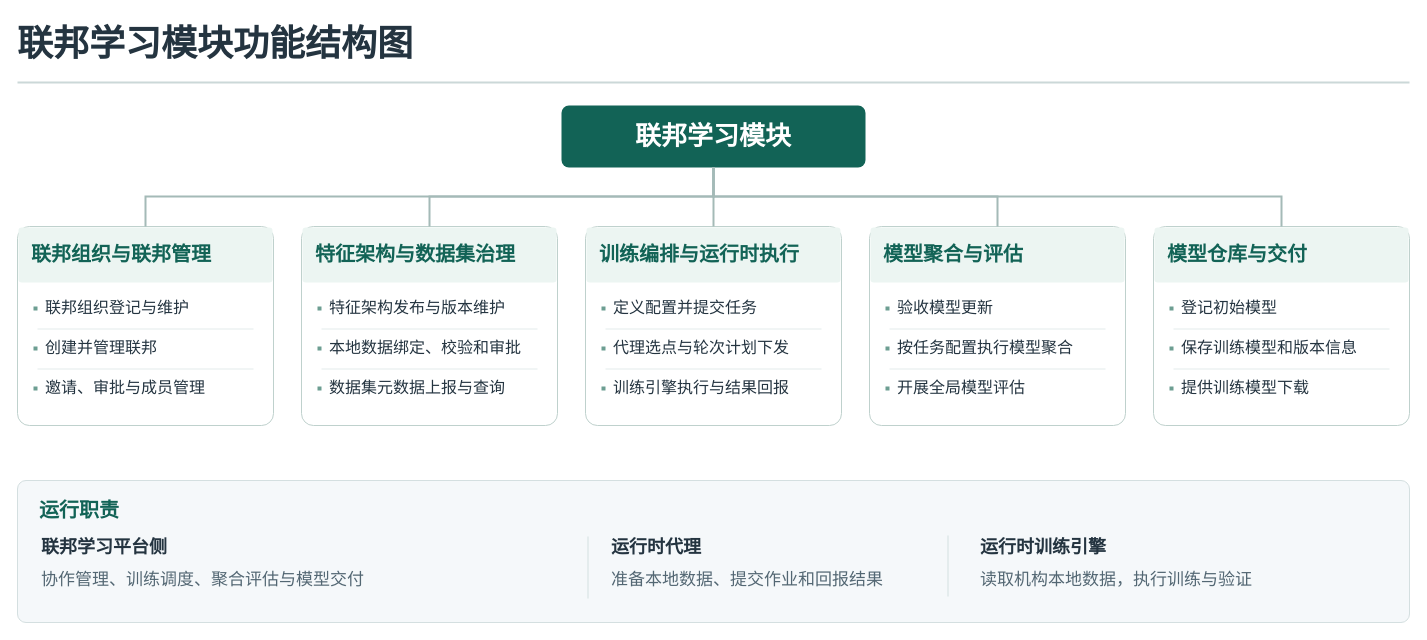
medol-labs/federation-learning keeps this draw.io diagram as docs/438c/merge/figures/federation-learning-functional-structure.drawio. Above is the earlier version. Source tidied: cells renumbered, new cells numbered last; positions are measured from the earlier drawing's top-left corner, leaving out a move shared by most shapes. Both pictures are drawn from the tidied source at 100%, with x=0, y=0 at pixel (17, 17).
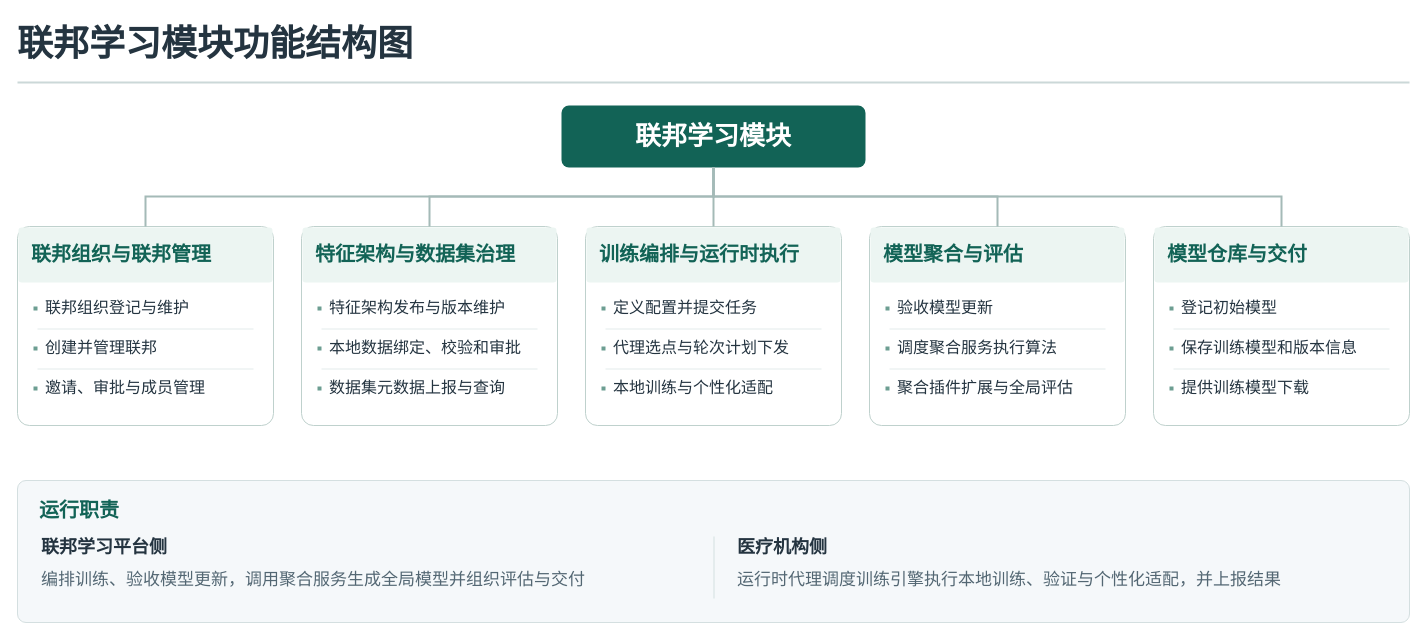
The same diagram, later.

Commit message (it also covers changes not shown here):
Update federated learning requirements and architecture diagrams

The change refers to these unchanged cells:
```xml
<mxCell id="29" style="fontFamily=PingFang SC;html=0;whiteSpace=wrap;rounded=1;arcSize=6;strokeColor=#BFD1CD;fillColor=#FFFFFF;" parent="1" vertex="1">
  <mxGeometry x="568" y="209" width="256" height="199" as="geometry" />
</mxCell>
<mxCell id="41" style="fontFamily=PingFang SC;html=0;whiteSpace=wrap;rounded=1;arcSize=6;strokeColor=#BFD1CD;fillColor=#FFFFFF;" parent="1" vertex="1">
  <mxGeometry x="852" y="209" width="256" height="199" as="geometry" />
</mxCell>
<mxCell id="65" style="fontFamily=PingFang SC;html=0;whiteSpace=wrap;rounded=1;arcSize=6;strokeColor=#D4DFE0;fillColor=#F5F8FA;" parent="1" vertex="1">
  <mxGeometry y="463" width="1392" height="142" as="geometry" />
</mxCell>
```

What changed in the source:
```diff
@@
-    <mxCell id="39" value="训练引擎执行与结果回报" style="fontFamily=PingFang SC;html=0;whiteSpace=wrap;text;overflow=visible;align=left;verticalAlign=middle;fontSize=16;fontColor=#243440;fontStyle=0;strokeColor=none;fillColor=none;spacing=0;" parent="29" vertex="1">
+    <mxCell id="39" value="本地训练与个性化适配" style="fontFamily=PingFang SC;html=0;whiteSpace=wrap;text;overflow=visible;align=left;verticalAlign=middle;fontSize=16;fontColor=#243440;fontStyle=0;strokeColor=none;fillColor=none;spacing=0;" parent="29" vertex="1">
       <mxGeometry x="28" y="145" width="216" height="32" as="geometry" />
     </mxCell>
@@
-    <mxCell id="48" value="按任务配置执行模型聚合" style="fontFamily=PingFang SC;html=0;whiteSpace=wrap;text;overflow=visible;align=left;verticalAlign=middle;fontSize=16;fontColor=#243440;fontStyle=0;strokeColor=none;fillColor=none;spacing=0;" parent="41" vertex="1">
+    <mxCell id="48" value="调度聚合服务执行算法" style="fontFamily=PingFang SC;html=0;whiteSpace=wrap;text;overflow=visible;align=left;verticalAlign=middle;fontSize=16;fontColor=#243440;fontStyle=0;strokeColor=none;fillColor=none;spacing=0;" parent="41" vertex="1">
       <mxGeometry x="28" y="105" width="216" height="32" as="geometry" />
     </mxCell>
@@
-    <mxCell id="51" value="开展全局模型评估" style="fontFamily=PingFang SC;html=0;whiteSpace=wrap;text;overflow=visible;align=left;verticalAlign=middle;fontSize=16;fontColor=#243440;fontStyle=0;strokeColor=none;fillColor=none;spacing=0;" parent="41" vertex="1">
+    <mxCell id="51" value="聚合插件扩展与全局评估" style="fontFamily=PingFang SC;html=0;whiteSpace=wrap;text;overflow=visible;align=left;verticalAlign=middle;fontSize=16;fontColor=#243440;fontStyle=0;strokeColor=none;fillColor=none;spacing=0;" parent="41" vertex="1">
       <mxGeometry x="28" y="145" width="216" height="32" as="geometry" />
     </mxCell>
@@
     <mxCell id="67" style="fontFamily=PingFang SC;html=0;whiteSpace=wrap;rounded=1;arcSize=6;strokeColor=none;fillColor=#D4DFE0;" parent="65" vertex="1">
-      <mxGeometry x="570" y="56" width="1" height="62" as="geometry" />
+      <mxGeometry x="696" y="56" width="1" height="62" as="geometry" />
     </mxCell>
@@
-    <mxCell id="69" value="协作管理、训练调度、聚合评估与模型交付" style="fontFamily=PingFang SC;html=0;whiteSpace=wrap;text;overflow=visible;align=left;verticalAlign=middle;fontSize=17;fontColor=#536773;fontStyle=0;strokeColor=none;fillColor=none;spacing=0;" parent="65" vertex="1">
-      <mxGeometry x="24" y="87" width="535" height="26" as="geometry" />
+    <mxCell id="69" value="编排训练、验收模型更新，调用聚合服务生成全局模型并组织评估与交付" style="fontFamily=PingFang SC;html=0;whiteSpace=wrap;text;overflow=visible;align=left;verticalAlign=middle;fontSize=17;fontColor=#536773;fontStyle=0;strokeColor=none;fillColor=none;spacing=0;" parent="65" vertex="1">
+      <mxGeometry x="24" y="87" width="650" height="26" as="geometry" />
     </mxCell>
-    <mxCell id="70" value="运行时代理" style="fontFamily=PingFang SC;html=0;whiteSpace=wrap;text;overflow=visible;align=left;verticalAlign=middle;fontSize=18;fontColor=#243440;fontStyle=1;strokeColor=none;fillColor=none;spacing=0;" parent="65" vertex="1">
-      <mxGeometry x="594" y="53" width="275" height="27" as="geometry" />
+    <mxCell id="70" value="医疗机构侧" style="fontFamily=PingFang SC;html=0;whiteSpace=wrap;text;overflow=visible;align=left;verticalAlign=middle;fontSize=18;fontColor=#243440;fontStyle=1;strokeColor=none;fillColor=none;spacing=0;" parent="65" vertex="1">
+      <mxGeometry x="720" y="53" width="275" height="27" as="geometry" />
     </mxCell>
-    <mxCell id="71" value="准备本地数据、提交作业和回报结果" style="fontFamily=PingFang SC;html=0;whiteSpace=wrap;text;overflow=visible;align=left;verticalAlign=middle;fontSize=17;fontColor=#536773;fontStyle=0;strokeColor=none;fillColor=none;spacing=0;" parent="65" vertex="1">
-      <mxGeometry x="594" y="87" width="327" height="26" as="geometry" />
+    <mxCell id="71" value="运行时代理调度训练引擎执行本地训练、验证与个性化适配，并上报结果" style="fontFamily=PingFang SC;html=0;whiteSpace=wrap;text;overflow=visible;align=left;verticalAlign=middle;fontSize=17;fontColor=#536773;fontStyle=0;strokeColor=none;fillColor=none;spacing=0;" parent="65" vertex="1">
+      <mxGeometry x="720" y="87" width="650" height="26" as="geometry" />
     </mxCell>
-    <mxCell id="72" style="fontFamily=PingFang SC;html=0;whiteSpace=wrap;rounded=1;arcSize=8;strokeColor=none;fillColor=#D4DFE0;" parent="65" vertex="1">
-      <mxGeometry x="930" y="55" width="1" height="61" as="geometry" />
-    </mxCell>
-    <mxCell id="73" value="运行时训练引擎" style="fontFamily=PingFang SC;html=0;whiteSpace=wrap;text;overflow=visible;align=left;verticalAlign=middle;fontSize=18;fontColor=#243440;fontStyle=1;strokeColor=none;fillColor=none;spacing=0;" parent="65" vertex="1">
-      <mxGeometry x="963" y="53" width="382" height="27" as="geometry" />
-    </mxCell>
-    <mxCell id="74" value="读取机构本地数据，执行训练与验证" style="fontFamily=PingFang SC;html=0;whiteSpace=wrap;text;overflow=visible;align=left;verticalAlign=middle;fontSize=17;fontColor=#536773;fontStyle=0;strokeColor=none;fillColor=none;spacing=0;" parent="65" vertex="1">
-      <mxGeometry x="963" y="87" width="391" height="26" as="geometry" />
-    </mxCell>
```
